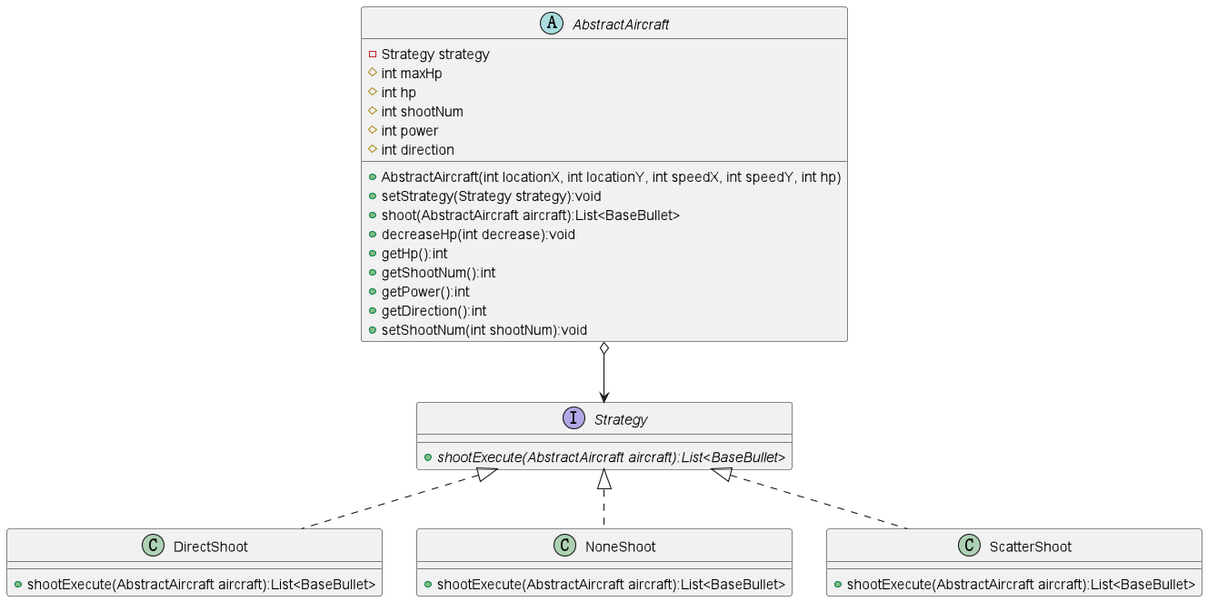
Stone749990226/AircraftWar keeps this PlantUML diagram as uml/实验4/uml_exp4_Strategy.png. Above is the earlier version. The source it was exported from:
```plantuml
@startuml
interface Strategy {
+ {abstract} shootExecute(AbstractAircraft aircraft):List<BaseBullet>
}
class DirectShoot {
+ shootExecute(AbstractAircraft aircraft):List<BaseBullet>
}
abstract class AbstractAircraft {
- Strategy strategy
# int maxHp
# int hp
# int shootNum
# int power
# int direction
+ AbstractAircraft(int locationX, int locationY, int speedX, int speedY, int hp)
+ setStrategy(Strategy strategy):void
+ shoot(AbstractAircraft aircraft):List<BaseBullet>
+ decreaseHp(int decrease):void
+ getHp():int
+ getShootNum():int
+ getPower():int
+ getDirection():int
+ setShootNum(int shootNum):void
}
class NoneShoot {
+ shootExecute(AbstractAircraft aircraft):List<BaseBullet>
}
class ScatterShoot {
+ shootExecute(AbstractAircraft aircraft):List<BaseBullet>
}


Strategy <|.. DirectShoot
Strategy <|.. NoneShoot
Strategy <|.. ScatterShoot
AbstractAircraft o--> Strategy
@enduml
```
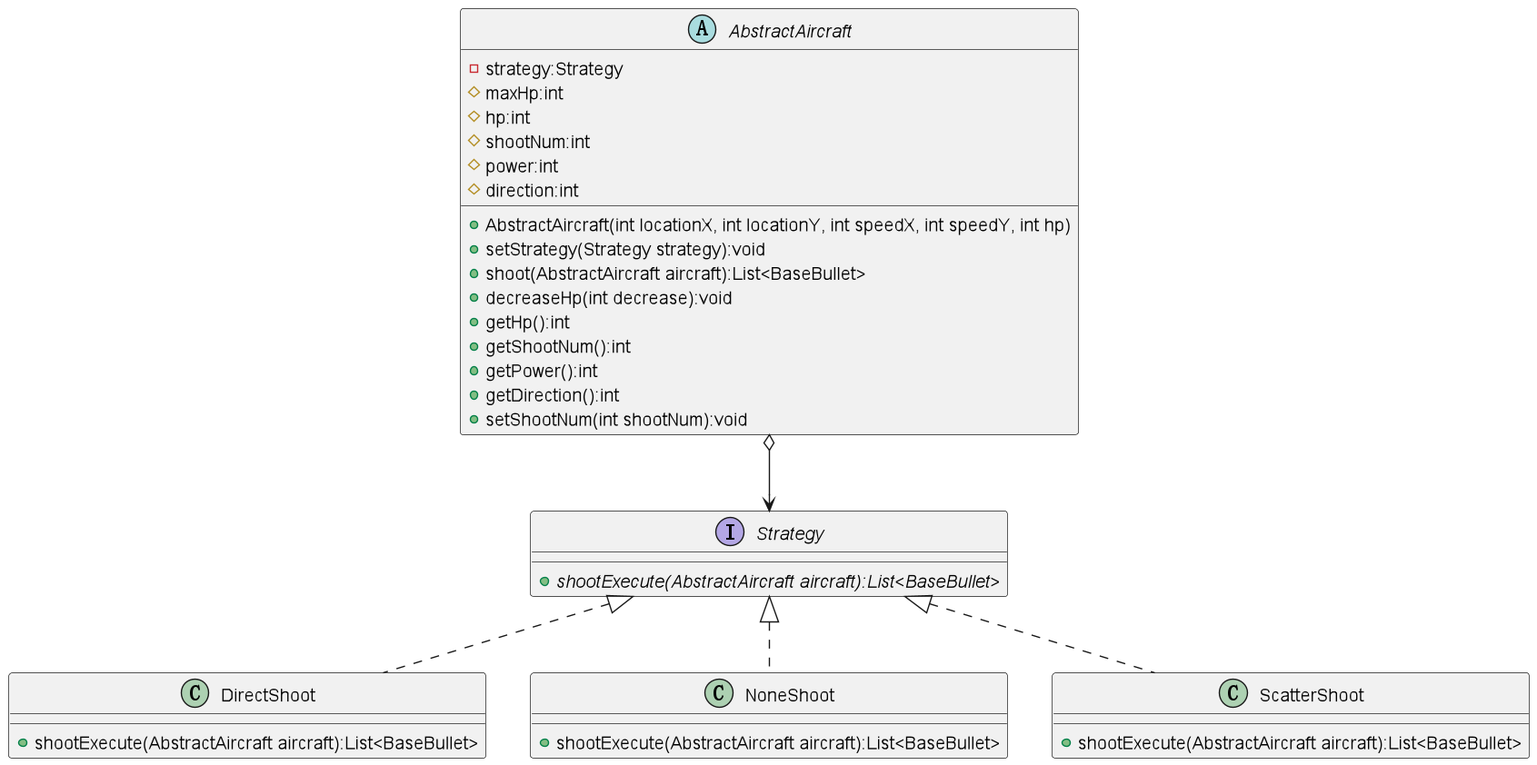
Above is the later version.

What changed in the source:
```diff
@@ -6,12 +6,12 @@
 + shootExecute(AbstractAircraft aircraft):List<BaseBullet>
 }
 abstract class AbstractAircraft {
-- Strategy strategy
-# int maxHp
-# int hp
-# int shootNum
-# int power
-# int direction
+- strategy:Strategy
+# maxHp:int
+# hp:int
+# shootNum:int
+# power:int
+# direction:int
 + AbstractAircraft(int locationX, int locationY, int speedX, int speedY, int hp)
 + setStrategy(Strategy strategy):void
 + shoot(AbstractAircraft aircraft):List<BaseBullet>
```
